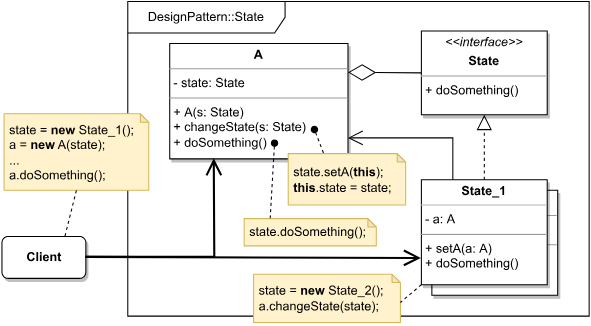
safar-jn/design-patterns keeps this draw.io diagram as State/State.svg. Above is the earlier version. Source tidied: cells renumbered, new cells last; positions are measured from the earlier drawing's top-left corner, leaving out a move shared by most shapes. Source of this version:
```xml
<mxGraphModel>
  <root>
    <mxCell id="0" />
    <mxCell id="1" parent="0" />
    <mxCell id="2" value="&lt;p style=&quot;margin:0px;margin-top:4px;text-align:center;&quot;&gt;&lt;b style=&quot;background-color: initial;&quot;&gt;State_1&lt;/b&gt;&lt;br&gt;&lt;/p&gt;&lt;hr size=&quot;1&quot;&gt;&lt;p style=&quot;margin:0px;margin-left:4px;&quot;&gt;&lt;/p&gt;&lt;p style=&quot;margin:0px;margin-left:4px;&quot;&gt;- a: A&lt;/p&gt;&lt;hr size=&quot;1&quot;&gt;&lt;p style=&quot;margin: 0px 0px 0px 4px;&quot;&gt;&lt;/p&gt;&lt;p style=&quot;margin: 0px 0px 0px 4px;&quot;&gt;+ setA(a: A)&lt;/p&gt;&lt;p style=&quot;margin: 0px 0px 0px 4px;&quot;&gt;+ doSomething()&amp;nbsp;&lt;br&gt;&lt;/p&gt;&lt;p style=&quot;margin: 0px 0px 0px 4px;&quot;&gt;&lt;/p&gt;" style="verticalAlign=top;align=left;overflow=fill;fontSize=12;fontFamily=Helvetica;html=1;shadow=1;" parent="1" vertex="1">
      <mxGeometry x="410" y="180" width="120" height="100" as="geometry" />
    </mxCell>
    <mxCell id="3" value="DesignPattern::State" style="shape=umlFrame;whiteSpace=wrap;html=1;width=150;height=30;" parent="1" vertex="1">
      <mxGeometry x="120" width="440" height="300" as="geometry" />
    </mxCell>
    <mxCell id="4" value="&lt;p style=&quot;margin:0px;margin-top:4px;text-align:center;&quot;&gt;&lt;b style=&quot;background-color: initial;&quot;&gt;A&lt;/b&gt;&lt;br&gt;&lt;/p&gt;&lt;hr size=&quot;1&quot;&gt;&lt;p style=&quot;margin:0px;margin-left:4px;&quot;&gt;&lt;/p&gt;&lt;p style=&quot;margin:0px;margin-left:4px;&quot;&gt;- state: State&lt;/p&gt;&lt;hr size=&quot;1&quot;&gt;&lt;p style=&quot;margin: 0px 0px 0px 4px;&quot;&gt;&lt;/p&gt;&lt;p style=&quot;margin: 0px 0px 0px 4px;&quot;&gt;&lt;span style=&quot;background-color: initial;&quot;&gt;+ A(s: State)&lt;/span&gt;&lt;/p&gt;&lt;p style=&quot;margin: 0px 0px 0px 4px;&quot;&gt;&lt;span style=&quot;background-color: initial;&quot;&gt;+ changeState(s: State)&lt;/span&gt;&lt;/p&gt;&lt;p style=&quot;margin: 0px 0px 0px 4px;&quot;&gt;&lt;span style=&quot;background-color: initial;&quot;&gt;+ doSomething()&lt;/span&gt;&lt;/p&gt;&lt;p style=&quot;margin: 0px 0px 0px 4px;&quot;&gt;&lt;/p&gt;" style="verticalAlign=top;align=left;overflow=fill;fontSize=12;fontFamily=Helvetica;html=1;shadow=1;" parent="1" vertex="1">
      <mxGeometry x="160" y="40" width="170" height="110" as="geometry" />
    </mxCell>
    <mxCell id="5" value="&lt;p style=&quot;margin:0px;margin-top:4px;text-align:center;&quot;&gt;&lt;span style=&quot;background-color: initial;&quot;&gt;&lt;i&gt;&amp;lt;&amp;lt;interface&amp;gt;&amp;gt;&lt;/i&gt;&lt;/span&gt;&lt;/p&gt;&lt;p style=&quot;margin:0px;margin-top:4px;text-align:center;&quot;&gt;&lt;b style=&quot;background-color: initial;&quot;&gt;State&lt;/b&gt;&lt;br&gt;&lt;/p&gt;&lt;hr size=&quot;1&quot;&gt;&lt;p style=&quot;margin:0px;margin-left:4px;&quot;&gt;&lt;/p&gt;&lt;p style=&quot;margin:0px;margin-left:4px;&quot;&gt;&lt;/p&gt;&lt;p style=&quot;margin: 0px 0px 0px 4px;&quot;&gt;&lt;/p&gt;&lt;p style=&quot;margin: 0px 0px 0px 4px;&quot;&gt;&lt;span style=&quot;background-color: initial;&quot;&gt;+ doSomething()&amp;nbsp;&lt;/span&gt;&lt;/p&gt;&lt;p style=&quot;margin: 0px 0px 0px 4px;&quot;&gt;&lt;/p&gt;" style="verticalAlign=top;align=left;overflow=fill;fontSize=12;fontFamily=Helvetica;html=1;shadow=1;" parent="1" vertex="1">
      <mxGeometry x="400" y="28" width="120" height="80" as="geometry" />
    </mxCell>
    <mxCell id="6" value="&lt;b&gt;Client&lt;/b&gt;" style="html=1;rounded=1;shadow=1;" parent="1" vertex="1">
      <mxGeometry y="224" width="80" height="40" as="geometry" />
    </mxCell>
    <mxCell id="7" value="&lt;p style=&quot;margin:0px;margin-top:4px;text-align:center;&quot;&gt;&lt;b style=&quot;background-color: initial;&quot;&gt;State_1&lt;/b&gt;&lt;br&gt;&lt;/p&gt;&lt;hr size=&quot;1&quot;&gt;&lt;p style=&quot;margin:0px;margin-left:4px;&quot;&gt;&lt;/p&gt;&lt;p style=&quot;margin:0px;margin-left:4px;&quot;&gt;- a: A&lt;/p&gt;&lt;hr size=&quot;1&quot;&gt;&lt;p style=&quot;margin: 0px 0px 0px 4px;&quot;&gt;&lt;/p&gt;&lt;p style=&quot;margin: 0px 0px 0px 4px;&quot;&gt;+ setA(a: A)&lt;/p&gt;&lt;p style=&quot;margin: 0px 0px 0px 4px;&quot;&gt;+ doSomething()&amp;nbsp;&lt;br&gt;&lt;/p&gt;&lt;p style=&quot;margin: 0px 0px 0px 4px;&quot;&gt;&lt;/p&gt;" style="verticalAlign=top;align=left;overflow=fill;fontSize=12;fontFamily=Helvetica;html=1;shadow=1;" parent="1" vertex="1">
      <mxGeometry x="400" y="170" width="120" height="100" as="geometry" />
    </mxCell>
    <mxCell id="8" style="endArrow=block;dashed=1;endFill=0;endSize=12;html=1;rounded=0;strokeWidth=1;entryX=0.5;entryY=1;entryDx=0;entryDy=0;exitX=0.5;exitY=0;exitDx=0;exitDy=0;" parent="1" edge="1" source="7" target="5">
      <mxGeometry relative="1" as="geometry" />
    </mxCell>
    <mxCell id="9" style="endArrow=diamondThin;endFill=0;endSize=24;html=1;rounded=0;strokeWidth=1;exitX=0;exitY=0.5;exitDx=0;exitDy=0;entryX=1;entryY=0.25;entryDx=0;entryDy=0;" parent="1" edge="1" source="5" target="4">
      <mxGeometry relative="1" as="geometry" />
    </mxCell>
    <mxCell id="10" value="&amp;nbsp;state.setA(&lt;b&gt;this&lt;/b&gt;);&lt;br&gt;&lt;b&gt;&amp;nbsp;this&lt;/b&gt;.state = state;" style="shape=note;whiteSpace=wrap;html=1;backgroundOutline=1;darkOpacity=0.05;rounded=1;shadow=0;fillColor=#fff2cc;strokeColor=#d6b656;size=8;align=left;" parent="1" vertex="1">
      <mxGeometry x="273" y="145" width="112" height="49" as="geometry" />
    </mxCell>
    <mxCell id="11" style="endArrow=open;endFill=1;endSize=12;html=1;rounded=0;exitX=0.25;exitY=0;exitDx=0;exitDy=0;" parent="1" edge="1" source="7">
      <mxGeometry relative="1" as="geometry">
        <mxPoint x="330" y="130" as="targetPoint" />
        <Array as="points">
          <mxPoint x="430" y="130" />
        </Array>
      </mxGeometry>
    </mxCell>
    <mxCell id="12" style="endArrow=open;endFill=1;endSize=12;html=1;rounded=0;exitX=1;exitY=0.5;exitDx=0;exitDy=0;entryX=0;entryY=0.75;entryDx=0;entryDy=0;strokeWidth=2;" parent="1" edge="1" source="6" target="7">
      <mxGeometry relative="1" as="geometry" />
    </mxCell>
    <mxCell id="13" style="endArrow=open;endFill=1;endSize=12;html=1;rounded=0;exitX=1;exitY=0.5;exitDx=0;exitDy=0;entryX=0.25;entryY=1;entryDx=0;entryDy=0;strokeWidth=2;" parent="1" edge="1" source="6" target="4">
      <mxGeometry relative="1" as="geometry">
        <Array as="points">
          <mxPoint x="203" y="244" />
        </Array>
      </mxGeometry>
    </mxCell>
    <mxCell id="14" value="&amp;nbsp;state.doSomething();" style="shape=note;whiteSpace=wrap;html=1;backgroundOutline=1;darkOpacity=0.05;rounded=1;shadow=0;fillColor=#fff2cc;strokeColor=#d6b656;size=8;align=left;" parent="1" vertex="1">
      <mxGeometry x="231" y="207" width="126" height="26" as="geometry" />
    </mxCell>
    <mxCell id="15" style="endArrow=none;dashed=1;html=1;rounded=0;strokeWidth=1;entryX=0.197;entryY=-0.015;entryDx=0;entryDy=0;startArrow=oval;startFill=1;entryPerimeter=0;exitX=0.588;exitY=0.864;exitDx=0;exitDy=0;exitPerimeter=0;" parent="1" edge="1" source="4" target="14">
      <mxGeometry relative="1" as="geometry" />
    </mxCell>
    <mxCell id="16" style="endArrow=none;dashed=1;html=1;rounded=0;strokeWidth=1;startArrow=oval;startFill=1;entryX=0.303;entryY=0.005;entryDx=0;entryDy=0;entryPerimeter=0;" parent="1" edge="1" target="10">
      <mxGeometry relative="1" as="geometry">
        <mxPoint x="298" y="122" as="sourcePoint" />
      </mxGeometry>
    </mxCell>
    <mxCell id="17" value="&amp;nbsp;state = &lt;b&gt;new &lt;/b&gt;State_2();&lt;br&gt;&amp;nbsp;a.changeState(state);" style="shape=note;whiteSpace=wrap;html=1;backgroundOutline=1;darkOpacity=0.05;rounded=1;shadow=0;size=8;align=left;fillColor=#fff2cc;strokeColor=#d6b656;" parent="1" vertex="1">
      <mxGeometry x="240" y="260" width="140" height="46" as="geometry" />
    </mxCell>
    <mxCell id="18" style="endArrow=none;dashed=1;html=1;rounded=0;strokeWidth=1;entryX=0;entryY=0;entryDx=140;entryDy=27;entryPerimeter=0;exitX=0;exitY=1;exitDx=0;exitDy=0;" parent="1" edge="1" source="7" target="17">
      <mxGeometry relative="1" as="geometry" />
    </mxCell>
    <mxCell id="19" value="&amp;nbsp;state = &lt;b&gt;new &lt;/b&gt;State_1();&lt;br&gt;&amp;nbsp;a = &lt;b&gt;new&lt;/b&gt;&amp;nbsp;A(state);&lt;br&gt;&amp;nbsp;...&lt;br&gt;&amp;nbsp;a.doSomething();" style="shape=note;whiteSpace=wrap;html=1;backgroundOutline=1;darkOpacity=0.05;rounded=1;shadow=0;size=8;align=left;fillColor=#fff2cc;strokeColor=#d6b656;" parent="1" vertex="1">
      <mxGeometry x="2" y="107" width="138" height="73" as="geometry" />
    </mxCell>
    <mxCell id="20" style="endArrow=none;dashed=1;html=1;rounded=0;strokeWidth=1;exitX=0.5;exitY=1;exitDx=0;exitDy=0;exitPerimeter=0;entryX=0.75;entryY=0;entryDx=0;entryDy=0;" parent="1" edge="1" source="19" target="6">
      <mxGeometry relative="1" as="geometry" />
    </mxCell>
  </root>
</mxGraphModel>
```
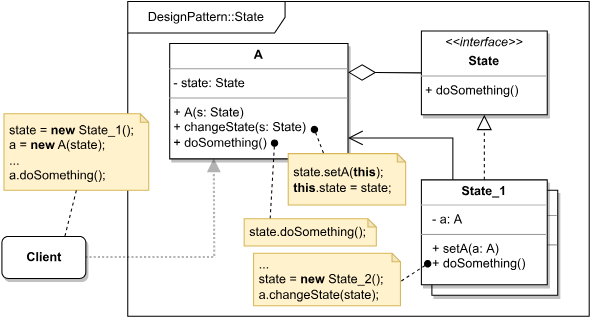
The same diagram one commit later.

Change to the diagram source:
```diff
@@ -2,6 +2,13 @@
   <root>
     <mxCell id="0" />
     <mxCell id="1" parent="0" />
+    <mxCell id="13" style="endArrow=block;endFill=1;endSize=8;html=1;rounded=0;exitX=1;exitY=0.5;exitDx=0;exitDy=0;entryX=0.25;entryY=1;entryDx=0;entryDy=0;strokeWidth=2;fontSize=12;strokeColor=#B3B3B3;startSize=14;shadow=0;sketch=0;dashed=1;dashPattern=1 1;" parent="1" edge="1" source="6" target="4">
+      <mxGeometry relative="1" as="geometry">
+        <Array as="points">
+          <mxPoint x="203" y="244" />
+        </Array>
+      </mxGeometry>
+    </mxCell>
     <mxCell id="2" value="&lt;p style=&quot;margin:0px;margin-top:4px;text-align:center;&quot;&gt;&lt;b style=&quot;background-color: initial;&quot;&gt;State_1&lt;/b&gt;&lt;br&gt;&lt;/p&gt;&lt;hr size=&quot;1&quot;&gt;&lt;p style=&quot;margin:0px;margin-left:4px;&quot;&gt;&lt;/p&gt;&lt;p style=&quot;margin:0px;margin-left:4px;&quot;&gt;- a: A&lt;/p&gt;&lt;hr size=&quot;1&quot;&gt;&lt;p style=&quot;margin: 0px 0px 0px 4px;&quot;&gt;&lt;/p&gt;&lt;p style=&quot;margin: 0px 0px 0px 4px;&quot;&gt;+ setA(a: A)&lt;/p&gt;&lt;p style=&quot;margin: 0px 0px 0px 4px;&quot;&gt;+ doSomething()&amp;nbsp;&lt;br&gt;&lt;/p&gt;&lt;p style=&quot;margin: 0px 0px 0px 4px;&quot;&gt;&lt;/p&gt;" style="verticalAlign=top;align=left;overflow=fill;fontSize=12;fontFamily=Helvetica;html=1;shadow=1;" parent="1" vertex="1">
       <mxGeometry x="410" y="180" width="120" height="100" as="geometry" />
     </mxCell>
@@ -17,7 +24,7 @@
     <mxCell id="6" value="&lt;b&gt;Client&lt;/b&gt;" style="html=1;rounded=1;shadow=1;" parent="1" vertex="1">
       <mxGeometry y="224" width="80" height="40" as="geometry" />
     </mxCell>
-    <mxCell id="7" value="&lt;p style=&quot;margin:0px;margin-top:4px;text-align:center;&quot;&gt;&lt;b style=&quot;background-color: initial;&quot;&gt;State_1&lt;/b&gt;&lt;br&gt;&lt;/p&gt;&lt;hr size=&quot;1&quot;&gt;&lt;p style=&quot;margin:0px;margin-left:4px;&quot;&gt;&lt;/p&gt;&lt;p style=&quot;margin:0px;margin-left:4px;&quot;&gt;- a: A&lt;/p&gt;&lt;hr size=&quot;1&quot;&gt;&lt;p style=&quot;margin: 0px 0px 0px 4px;&quot;&gt;&lt;/p&gt;&lt;p style=&quot;margin: 0px 0px 0px 4px;&quot;&gt;+ setA(a: A)&lt;/p&gt;&lt;p style=&quot;margin: 0px 0px 0px 4px;&quot;&gt;+ doSomething()&amp;nbsp;&lt;br&gt;&lt;/p&gt;&lt;p style=&quot;margin: 0px 0px 0px 4px;&quot;&gt;&lt;/p&gt;" style="verticalAlign=top;align=left;overflow=fill;fontSize=12;fontFamily=Helvetica;html=1;shadow=1;" parent="1" vertex="1">
+    <mxCell id="7" value="&lt;p style=&quot;margin:0px;margin-top:4px;text-align:center;&quot;&gt;&lt;b style=&quot;background-color: initial;&quot;&gt;State_1&lt;/b&gt;&lt;br&gt;&lt;/p&gt;&lt;hr size=&quot;1&quot;&gt;&lt;p style=&quot;margin:0px;margin-left:4px;&quot;&gt;&lt;/p&gt;&lt;p style=&quot;margin:0px;margin-left:4px;&quot;&gt;&amp;nbsp; - a: A&lt;/p&gt;&lt;hr size=&quot;1&quot;&gt;&lt;p style=&quot;margin: 0px 0px 0px 4px;&quot;&gt;&lt;/p&gt;&lt;p style=&quot;margin: 0px 0px 0px 4px;&quot;&gt;&amp;nbsp; + setA(a: A)&lt;/p&gt;&lt;p style=&quot;margin: 0px 0px 0px 4px;&quot;&gt;&amp;nbsp; + doSomething()&amp;nbsp;&lt;br&gt;&lt;/p&gt;&lt;p style=&quot;margin: 0px 0px 0px 4px;&quot;&gt;&lt;/p&gt;" style="verticalAlign=top;align=left;overflow=fill;fontSize=12;fontFamily=Helvetica;html=1;shadow=1;" parent="1" vertex="1">
       <mxGeometry x="400" y="170" width="120" height="100" as="geometry" />
     </mxCell>
     <mxCell id="8" style="endArrow=block;dashed=1;endFill=0;endSize=12;html=1;rounded=0;strokeWidth=1;entryX=0.5;entryY=1;entryDx=0;entryDy=0;exitX=0.5;exitY=0;exitDx=0;exitDy=0;" parent="1" edge="1" source="7" target="5">
@@ -29,41 +36,33 @@
     <mxCell id="10" value="&amp;nbsp;state.setA(&lt;b&gt;this&lt;/b&gt;);&lt;br&gt;&lt;b&gt;&amp;nbsp;this&lt;/b&gt;.state = state;" style="shape=note;whiteSpace=wrap;html=1;backgroundOutline=1;darkOpacity=0.05;rounded=1;shadow=0;fillColor=#fff2cc;strokeColor=#d6b656;size=8;align=left;" parent="1" vertex="1">
       <mxGeometry x="273" y="145" width="112" height="49" as="geometry" />
     </mxCell>
-    <mxCell id="11" style="endArrow=open;endFill=1;endSize=12;html=1;rounded=0;exitX=0.25;exitY=0;exitDx=0;exitDy=0;" parent="1" edge="1" source="7">
-      <mxGeometry relative="1" as="geometry">
-        <mxPoint x="330" y="130" as="targetPoint" />
-        <Array as="points">
-          <mxPoint x="430" y="130" />
-        </Array>
-      </mxGeometry>
-    </mxCell>
-    <mxCell id="12" style="endArrow=open;endFill=1;endSize=12;html=1;rounded=0;exitX=1;exitY=0.5;exitDx=0;exitDy=0;entryX=0;entryY=0.75;entryDx=0;entryDy=0;strokeWidth=2;" parent="1" edge="1" source="6" target="7">
-      <mxGeometry relative="1" as="geometry" />
-    </mxCell>
-    <mxCell id="13" style="endArrow=open;endFill=1;endSize=12;html=1;rounded=0;exitX=1;exitY=0.5;exitDx=0;exitDy=0;entryX=0.25;entryY=1;entryDx=0;entryDy=0;strokeWidth=2;" parent="1" edge="1" source="6" target="4">
-      <mxGeometry relative="1" as="geometry">
-        <Array as="points">
-          <mxPoint x="203" y="244" />
-        </Array>
-      </mxGeometry>
-    </mxCell>
+    <mxCell id="21" style="endArrow=open;endFill=1;endSize=12;html=1;rounded=0;exitX=0.25;exitY=0;exitDx=0;exitDy=0;" parent="1" edge="1" source="7">
+      <mxGeometry relative="1" as="geometry">
+        <mxPoint x="330" y="130" as="targetPoint" />
+        <Array as="points">
+          <mxPoint x="430" y="130" />
+        </Array>
+      </mxGeometry>
+    </mxCell>
     <mxCell id="14" value="&amp;nbsp;state.doSomething();" style="shape=note;whiteSpace=wrap;html=1;backgroundOutline=1;darkOpacity=0.05;rounded=1;shadow=0;fillColor=#fff2cc;strokeColor=#d6b656;size=8;align=left;" parent="1" vertex="1">
       <mxGeometry x="231" y="207" width="126" height="26" as="geometry" />
     </mxCell>
     <mxCell id="15" style="endArrow=none;dashed=1;html=1;rounded=0;strokeWidth=1;entryX=0.197;entryY=-0.015;entryDx=0;entryDy=0;startArrow=oval;startFill=1;entryPerimeter=0;exitX=0.588;exitY=0.864;exitDx=0;exitDy=0;exitPerimeter=0;" parent="1" edge="1" source="4" target="14">
       <mxGeometry relative="1" as="geometry" />
     </mxCell>
-    <mxCell id="16" style="endArrow=none;dashed=1;html=1;rounded=0;strokeWidth=1;startArrow=oval;startFill=1;entryX=0.303;entryY=0.005;entryDx=0;entryDy=0;entryPerimeter=0;" parent="1" edge="1" target="10">
-      <mxGeometry relative="1" as="geometry">
-        <mxPoint x="298" y="122" as="sourcePoint" />
-      </mxGeometry>
-    </mxCell>
-    <mxCell id="17" value="&amp;nbsp;state = &lt;b&gt;new &lt;/b&gt;State_2();&lt;br&gt;&amp;nbsp;a.changeState(state);" style="shape=note;whiteSpace=wrap;html=1;backgroundOutline=1;darkOpacity=0.05;rounded=1;shadow=0;size=8;align=left;fillColor=#fff2cc;strokeColor=#d6b656;" parent="1" vertex="1">
-      <mxGeometry x="240" y="260" width="140" height="46" as="geometry" />
-    </mxCell>
-    <mxCell id="18" style="endArrow=none;dashed=1;html=1;rounded=0;strokeWidth=1;entryX=0;entryY=0;entryDx=140;entryDy=27;entryPerimeter=0;exitX=0;exitY=1;exitDx=0;exitDy=0;" parent="1" edge="1" source="7" target="17">
-      <mxGeometry relative="1" as="geometry" />
-    </mxCell>
+    <mxCell id="22" style="endArrow=none;dashed=1;html=1;rounded=0;strokeWidth=1;startArrow=oval;startFill=1;entryX=0.303;entryY=0.005;entryDx=0;entryDy=0;entryPerimeter=0;" parent="1" edge="1" target="10">
+      <mxGeometry relative="1" as="geometry">
+        <mxPoint x="298" y="122" as="sourcePoint" />
+      </mxGeometry>
+    </mxCell>
+    <mxCell id="23" value="&amp;nbsp;...&lt;br&gt;&amp;nbsp;state = &lt;b&gt;new &lt;/b&gt;State_2();&lt;br&gt;&amp;nbsp;a.changeState(state);" style="shape=note;whiteSpace=wrap;html=1;backgroundOutline=1;darkOpacity=0.05;rounded=1;shadow=0;size=8;align=left;fillColor=#fff2cc;strokeColor=#d6b656;" parent="1" vertex="1">
+      <mxGeometry x="240" y="240" width="140" height="50" as="geometry" />
+    </mxCell>
+    <mxCell id="24" style="endArrow=none;dashed=1;html=1;rounded=0;strokeWidth=1;entryX=0;entryY=0;entryDx=140;entryDy=27;entryPerimeter=0;startArrow=oval;startFill=1;" parent="1" edge="1" target="23">
+      <mxGeometry relative="1" as="geometry">
+        <mxPoint x="406" y="250" as="sourcePoint" />
+      </mxGeometry>
+    </mxCell>
     <mxCell id="19" value="&amp;nbsp;state = &lt;b&gt;new &lt;/b&gt;State_1();&lt;br&gt;&amp;nbsp;a = &lt;b&gt;new&lt;/b&gt;&amp;nbsp;A(state);&lt;br&gt;&amp;nbsp;...&lt;br&gt;&amp;nbsp;a.doSomething();" style="shape=note;whiteSpace=wrap;html=1;backgroundOutline=1;darkOpacity=0.05;rounded=1;shadow=0;size=8;align=left;fillColor=#fff2cc;strokeColor=#d6b656;" parent="1" vertex="1">
       <mxGeometry x="2" y="107" width="138" height="73" as="geometry" />
     </mxCell>
```
